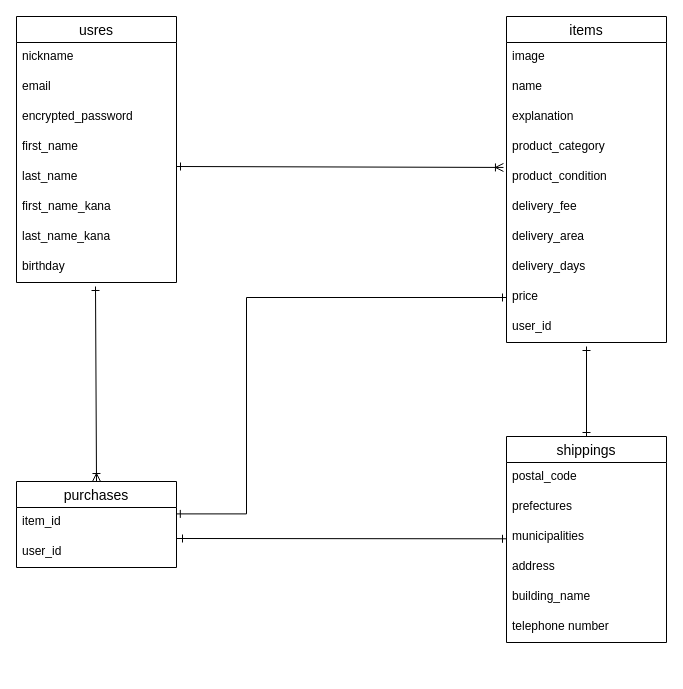
Earlier version of the draw.io diagram ER.dio (uot0705/furima-36401). Source tidied: cells renumbered, new cells numbered last; positions are measured from the earlier drawing's top-left corner, leaving out a move shared by most shapes. Both pictures are drawn from the tidied source at 100%, with x=0, y=0 at pixel (16, 16).
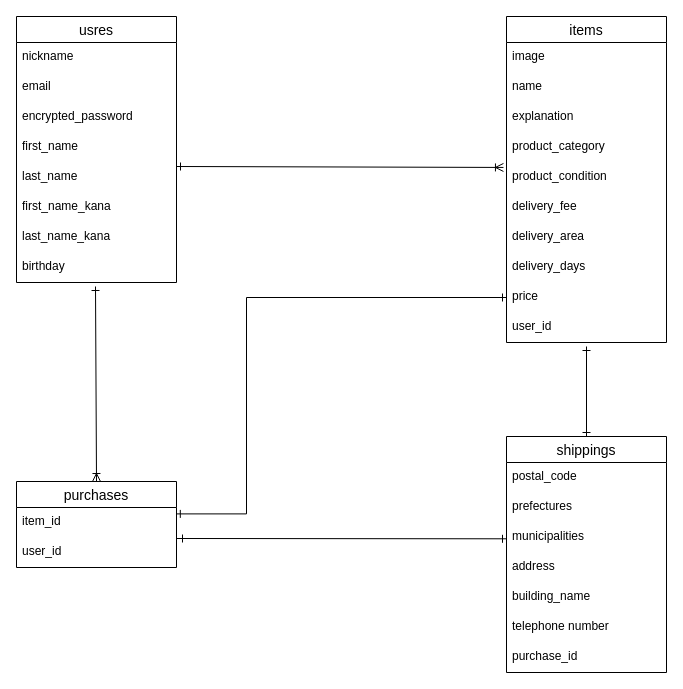
After the change.

Commit message (it also covers changes not shown here):
データーベース設計※修正版※

Diff of the diagram source:
```diff
@@
     <mxCell id="23" value="shippings" style="swimlane;fontStyle=0;horizontal=1;startSize=26;align=center;fontSize=14;" parent="1" vertex="1">
-      <mxGeometry x="490" y="420" width="160" height="206" as="geometry" />
+      <mxGeometry x="490" y="420" width="160" height="236" as="geometry" />
     </mxCell>
@@
+    <mxCell id="37" value="purchase_id" style="text;strokeColor=none;fillColor=none;spacingLeft=4;spacingRight=4;overflow=hidden;fontSize=12;" parent="23" vertex="1">
+      <mxGeometry y="206" width="160" height="30" as="geometry" />
+    </mxCell>
```
